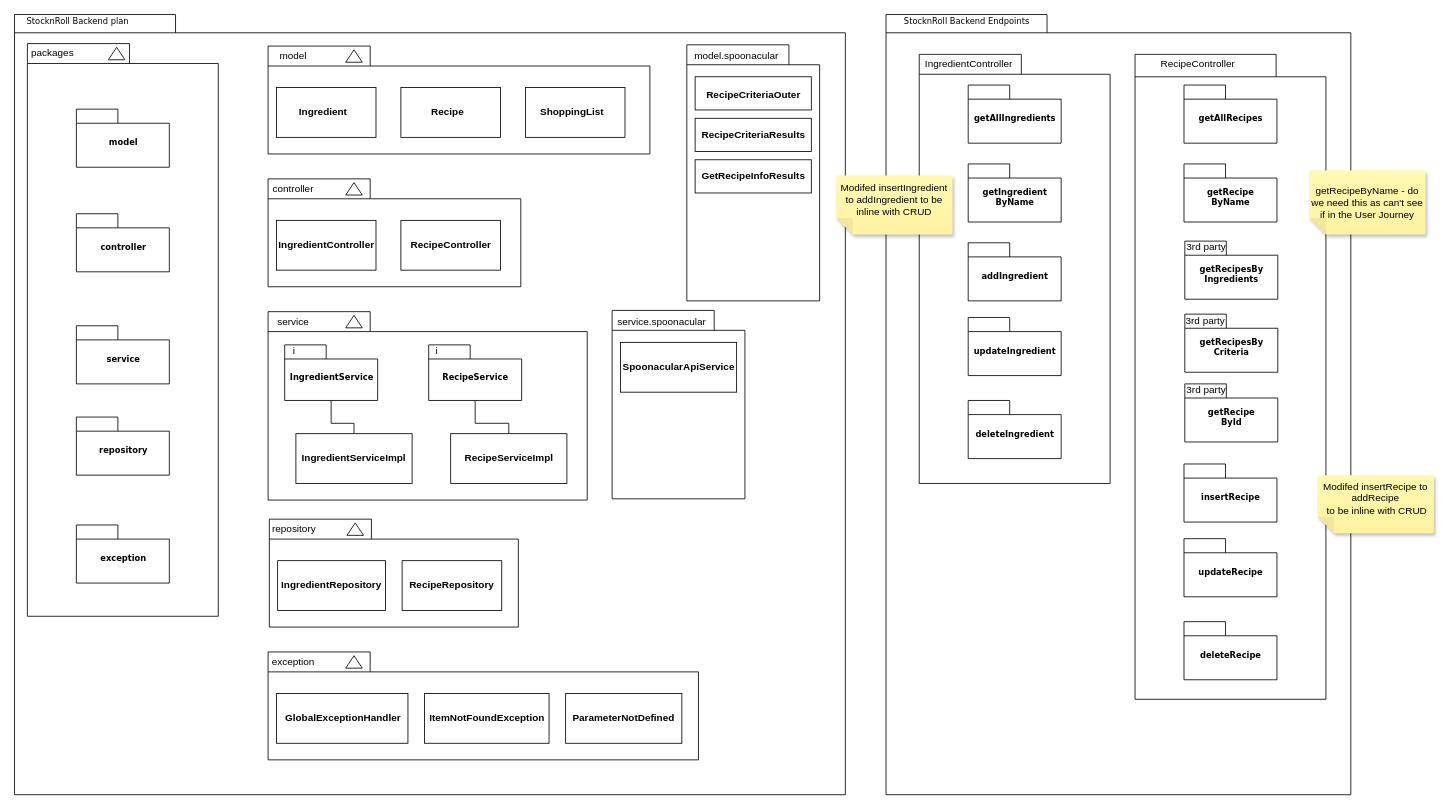
This is Data-flows.drawio from Candlelight-apps/stocknroll-backend, a draw.io file, before an edit. Source tidied: cells renumbered, new cells numbered last; positions are measured from the earlier drawing's top-left corner, leaving out a move shared by most shapes. Both pictures are drawn from the tidied source at 83%, with x=0, y=0 at pixel (14, 13).
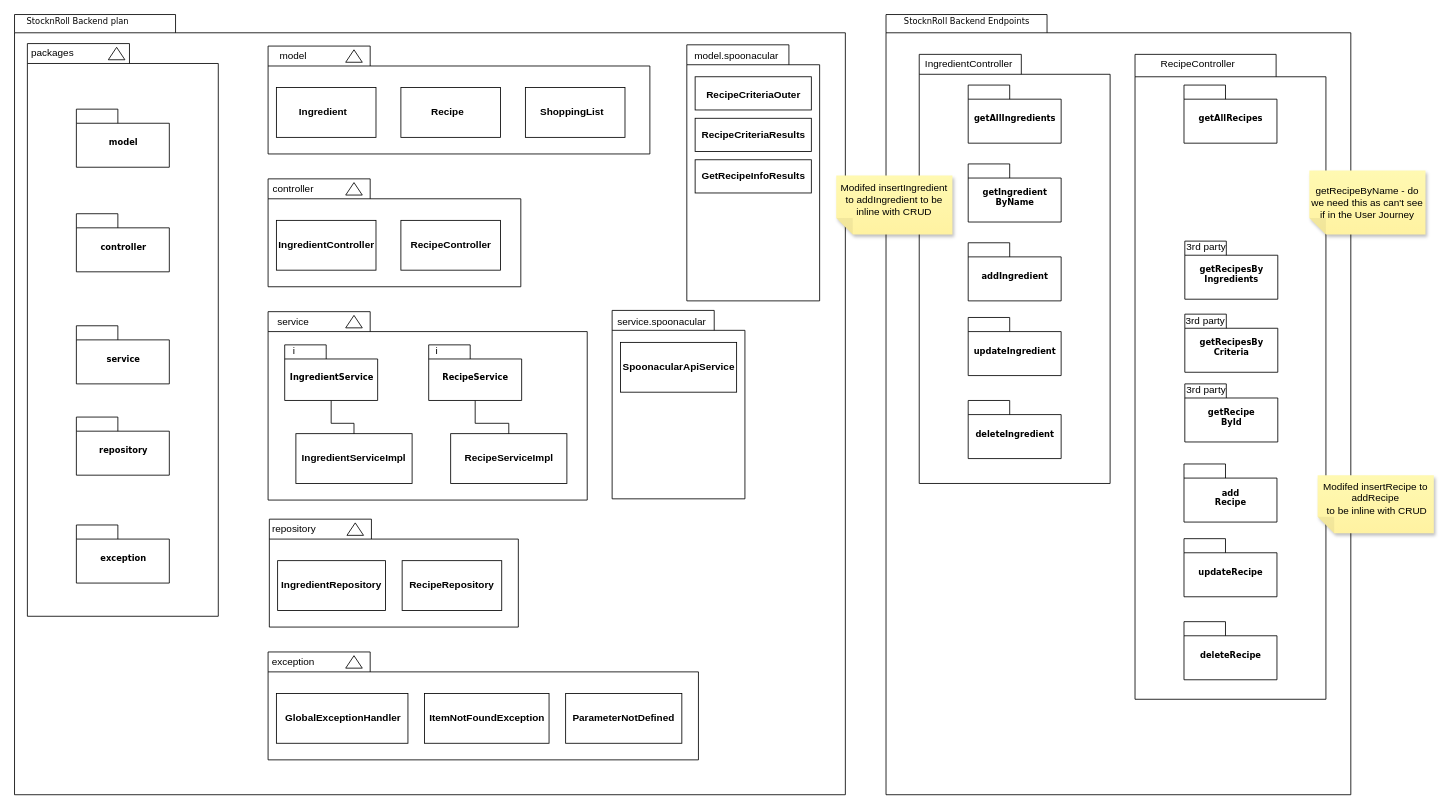
The same diagram, later.

What changed in the source:
```diff
@@
-    <mxCell id="88" value="insertRecipe" style="shape=folder;fontStyle=1;spacingTop=10;tabWidth=50;tabHeight=17;tabPosition=left;html=1;rounded=0;shadow=0;comic=0;labelBackgroundColor=none;strokeWidth=1;fontFamily=Verdana;fontSize=10;align=center;" parent="1" vertex="1">
+    <mxCell id="88" value="add&lt;div&gt;Recipe&lt;/div&gt;" style="shape=folder;fontStyle=1;spacingTop=10;tabWidth=50;tabHeight=17;tabPosition=left;html=1;rounded=0;shadow=0;comic=0;labelBackgroundColor=none;strokeWidth=1;fontFamily=Verdana;fontSize=10;align=center;" parent="1" vertex="1">
       <mxGeometry x="1409" y="542.5" width="112" height="70" as="geometry" />
     </mxCell>
@@
-    <mxCell id="91" value="getRecipe&lt;br&gt;ByName" style="shape=folder;fontStyle=1;spacingTop=10;tabWidth=50;tabHeight=17;tabPosition=left;html=1;rounded=0;shadow=0;comic=0;labelBackgroundColor=none;strokeWidth=1;fontFamily=Verdana;fontSize=10;align=center;" parent="1" vertex="1">
-      <mxGeometry x="1409" y="181" width="112" height="70" as="geometry" />
-    </mxCell>
```
